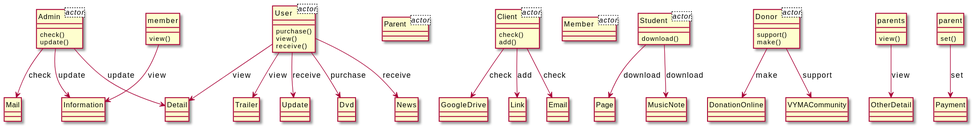
The PlantUML diagram output/diagram_5/2016-USC-Project02.svg in xixixhalu/DomainModelExtractor, before a commit.
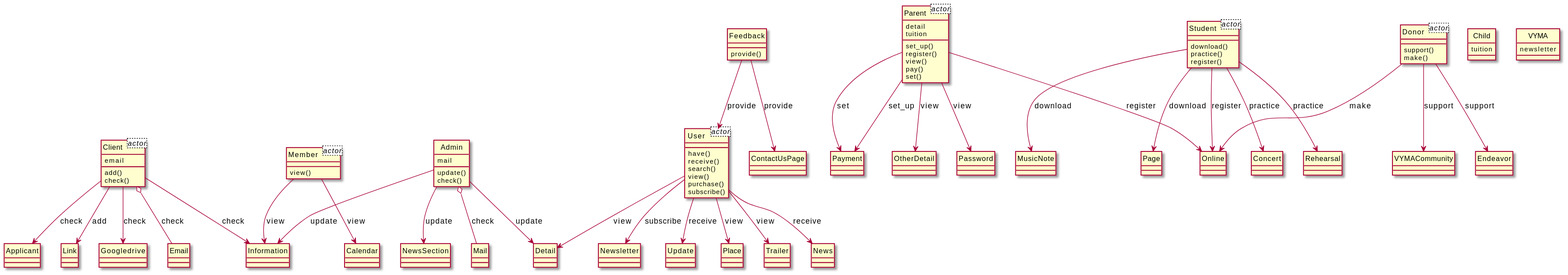
The same file after the commit.

Change to the diagram source:
```diff
@@ -3,10 +3,11 @@
 class User<actor> {
 }
 class Parent<actor> {
+	detail
+	tuition
 }
 class Client<actor> {
-}
-class Admin<actor> {
+	email
 }
 class Member<actor> {
 }
@@ -14,83 +15,131 @@
 }
 class Donor<actor> {
 }
-class member {
+class Child {
+	tuition
+}
+class Admin {
+	mail
+	update()
+	check()
+}
+class VYMA {
+	newsletter
+}
+class Information {
+}
+class User {
+	have()
+	receive()
+	search()
+	view()
+	purchase()
+	subscribe()
+}
+class Detail {
+}
+class Parent {
+	set_up()
+	register()
+	view()
+	pay()
+	set()
+}
+class Password {
+}
+class Payment {
+}
+class Client {
+	add()
+	check()
+}
+class Googledrive {
+}
+class Student {
+	download()
+	practice()
+	register()
+}
+class Concert {
+}
+class Newsletter {
+}
+class Rehearsal {
+}
+class Member {
 	view()
 }
-class Information {
+class Feedback {
+	provide()
+}
+class ContactUsPage {
+}
+class MusicNote {
+}
+class Update {
+}
+class Page {
 }
 class Donor {
 	support()
 	make()
 }
-class DonationOnline {
+class Online {
 }
-class Admin {
-	check()
-	update()
+class Email {
 }
-class Detail {
+class Place {
 }
-class Client {
-	check()
-	add()
+class Calendar {
 }
-class GoogleDrive {
+class NewsSection {
+}
+class OtherDetail {
+}
+class Trailer {
+}
+class Applicant {
+}
+class News {
 }
 class VYMACommunity {
 }
 class Link {
 }
-class Email {
-}
-class parents {
-	view()
-}
-class OtherDetail {
-}
-class User {
-	purchase()
-	view()
-	receive()
-}
-class Student {
-	download()
-}
-class Page {
-}
-class News {
-}
-class Trailer {
-}
-class parent {
-	set()
-}
-class Payment {
-}
 class Mail {
 }
-class Update {
+class Endeavor {
 }
-class MusicNote {
-}
-class Dvd {
-}
-Admin --> Detail : update
-User --> Dvd : purchase
+User --> Trailer : view
+Parent --> Password : view
+Parent --> Online : register
 User --> Update : receive
-Admin --> Information : update
+Parent --> Payment : set
+Client --> Applicant : check
 Student --> Page : download
 User --> News : receive
+Student --> Online : register
+Client --> Googledrive : check
+Client --> Information : check
+Donor --> VYMACommunity : support
+Donor --> Online : make
+Student --> Concert : practice
+Client --> Link : add
+Client o-- Email : check
+Parent --> Payment : set_up
+User --> Newsletter : subscribe
+Admin --> Detail : update
+Admin o-- Mail : check
+Student --> Rehearsal : practice
+User --> Place : view
+Feedback --> User : provide
+Parent --> OtherDetail : view
+Member --> Information : view
+Donor --> Endeavor : support
+Member --> Calendar : view
+Admin --> Information : update
+Student --> MusicNote : download
+Admin --> NewsSection : update
+Feedback --> ContactUsPage : provide
 User --> Detail : view
-Donor --> DonationOnline : make
-parent --> Payment : set
-Client --> Link : add
-Student --> MusicNote : download
-Client --> GoogleDrive : check
-User --> Trailer : view
-Admin --> Mail : check
-Client --> Email : check
-member --> Information : view
-parents --> OtherDetail : view
-Donor --> VYMACommunity : support
 @enduml
```
